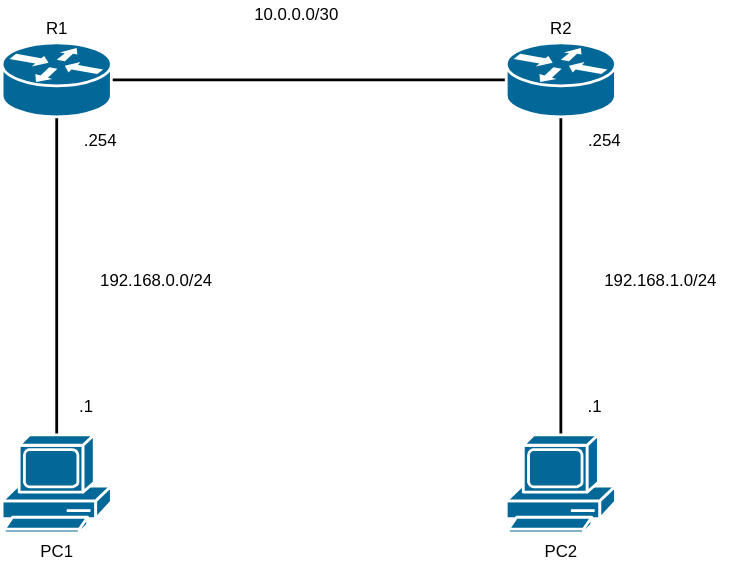
Before: basic_routing01/fig/basic_static_route01.drawio.svg, a diagram exported from draw.io (ECCNetLab/problems). Source tidied: cells renumbered, new cells last; positions are measured from the earlier drawing's top-left corner, leaving out a move shared by most shapes.
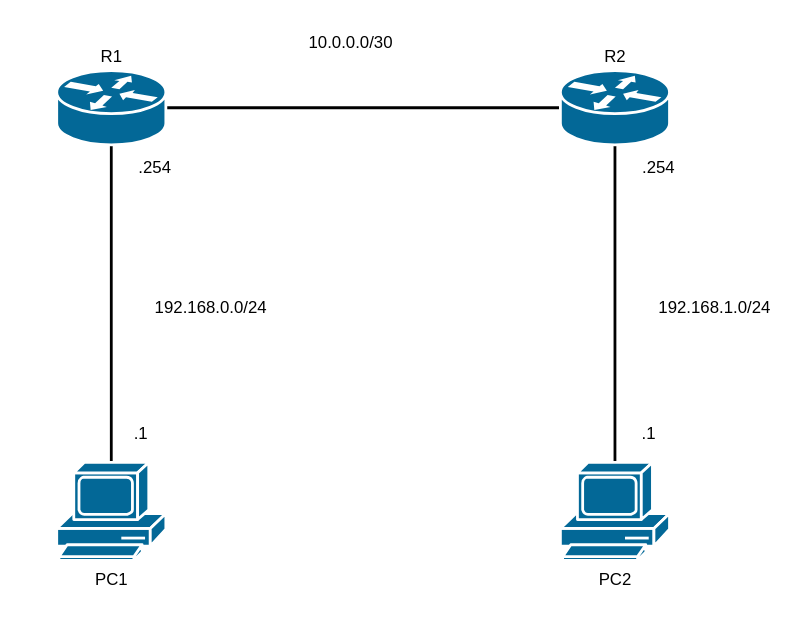
After the commit.

Change to the diagram source:
```diff
@@ -2,6 +2,9 @@
   <root>
     <mxCell id="0" />
     <mxCell id="1" parent="0" />
+    <mxCell id="18" style="rounded=0;whiteSpace=wrap;html=1;strokeColor=none;" parent="1" vertex="1">
+      <mxGeometry x="-40" y="-20" width="570" height="440" as="geometry" />
+    </mxCell>
     <mxCell id="2" style="html=1;exitX=1;exitY=0.5;exitDx=0;exitDy=0;exitPerimeter=0;entryX=0;entryY=0.5;entryDx=0;entryDy=0;entryPerimeter=0;endArrow=none;endFill=0;strokeWidth=2;" parent="1" edge="1" source="4" target="6">
       <mxGeometry relative="1" as="geometry" />
     </mxCell>
```
